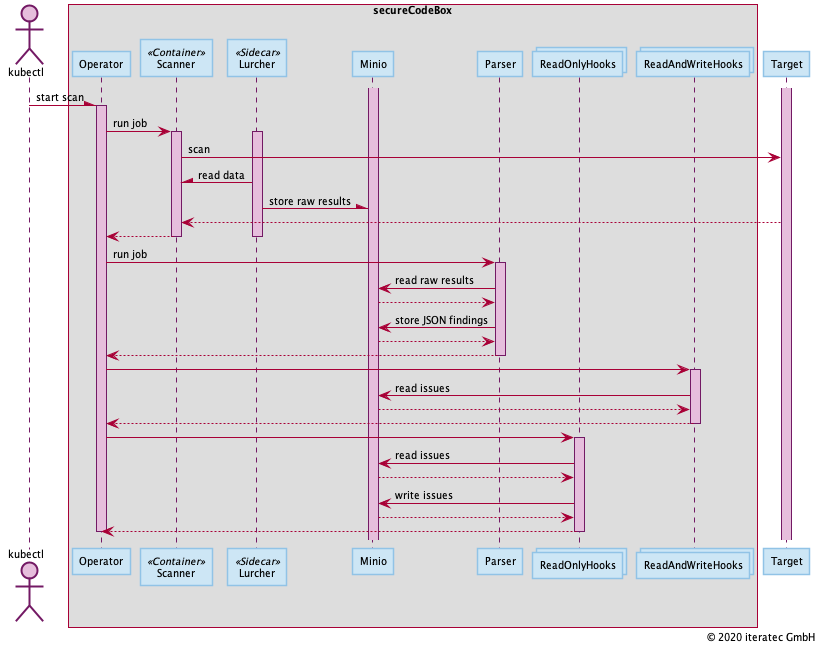
The PlantUML diagram docs/uml/sequence_overview.png in secureCodeBox/secureCodeBox, before a commit.
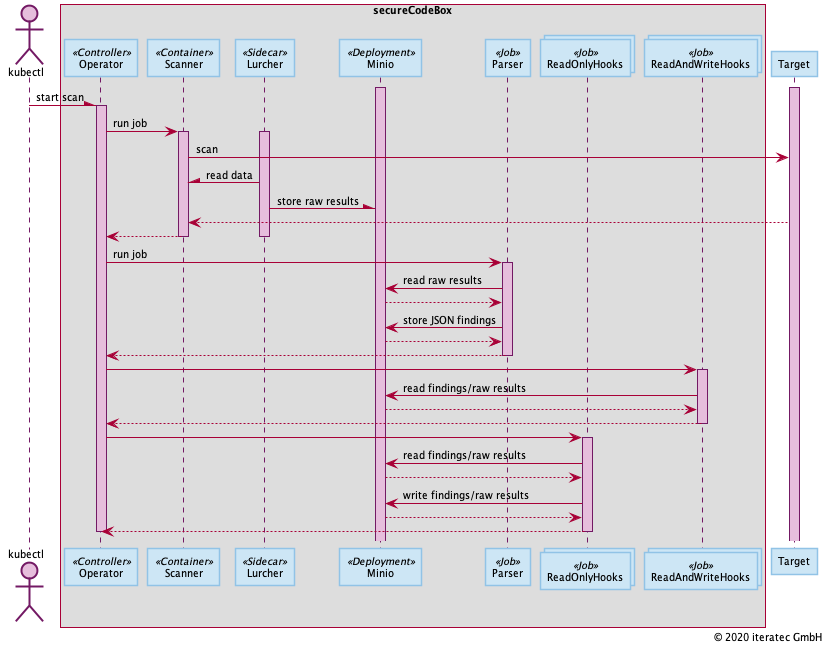
After the change.

Commit message:
#50 Incorporate more review findings

Change to the diagram source:
```diff
@@ -1,80 +1,6 @@
 @startuml sequence_overview
-
-
-skinparam backgroundColor white
-
-skinparam default {
-    ArrowColor black
-    BackgroundColor white
-    FontColor black
-    FontName SansSerif
-    FontSize 10
-    Shadowing false
-}
-
-skinparam activity {
-    BorderColor #731964
-    StartColor #001eff
-    EndColor #bd218e
-    BarColor #e6bedc
-}
-
-skinparam usecase {
-    ActorBackgroundColor #e6bedc
-    ActorBorderColor #bd218e
-    BorderColor #731964
-}
-
-skinparam class {
-    BackgroundColor #cde6f5
-    BorderColor #008cd2
-}
-
-skinparam package {
-    BackgroundColor white
-    BorderColor #731964
-}
-
-skinparam stereotype {
-    CBackgroundColor #91c3e6
-    ABackgroundColor #e6bedc
-    IBackgroundColor #ebd7be
-    EBackgroundColor lightgray
-}
-
-skinparam component {
-    BackgroundColor #e6bedc
-    BorderColor #bd218e
-    InterfaceBackgroundColor #91c3e6
-    InterfaceBorderColor #008cd2
-    Style uml2
-}
-
-skinparam note {
-    BackgroundColor #ebd7be
-    BorderColor #e1c39b
-}
-
-skinparam state {
-    BackgroundColor #e6bedc
-    BorderColor #731964
-    StartColor #001eff
-    EndColor #bd218e
-}
-
-skinparam sequence {
-    ActorBackgroundColor #e6bedc
-    ActorBorderColor #731964
-    GroupBackgroundColor #cde6f5
-    LifeLineBackgroundColor #e6bedc
-    LifeLineBorderColor #731964
-    ParticipantBackgroundColor #cde6f5
-    ParticipantBorderColor #91c3e6
-}
-
-skinparam CollectionsBackgroundColor #cde6f5
-skinparam CollectionsBorderColor #91c3e6
-right footer **©** 2020 iteratec GmbH
+!include _iteratecTheme.ipuml
+!include _copyright.ipuml
 
 skinparam shadowing false
 skinparam componentStyle uml2
@@ -82,13 +8,13 @@
 actor kubectl
 
 box "secureCodeBox"
-  participant Operator
+  participant Operator <<Controller>>
   participant Scanner <<Container>>
   participant Lurcher <<Sidecar>>
-  participant Minio
-  participant Parser
-  collections ReadOnlyHooks
-  collections ReadAndWriteHooks
+  participant Minio <<Deployment>>
+  participant Parser <<Job>>
+  collections ReadOnlyHooks <<Job>>
+  collections ReadAndWriteHooks <<Job>>
 end box
 
 participant Target
@@ -120,16 +46,16 @@
 
 Operator -> ReadAndWriteHooks
 activate ReadAndWriteHooks
-ReadAndWriteHooks -> Minio : read issues
+ReadAndWriteHooks -> Minio : read findings/raw results
 ReadAndWriteHooks <-- Minio
 Operator <-- ReadAndWriteHooks
 deactivate ReadAndWriteHooks
 
 Operator -> ReadOnlyHooks
 activate ReadOnlyHooks
-ReadOnlyHooks -> Minio : read issues
+ReadOnlyHooks -> Minio : read findings/raw results
 ReadOnlyHooks <-- Minio
-ReadOnlyHooks -> Minio : write issues
+ReadOnlyHooks -> Minio : write findings/raw results
 ReadOnlyHooks <-- Minio
 Operator <-- ReadOnlyHooks
 deactivate ReadOnlyHooks
```
